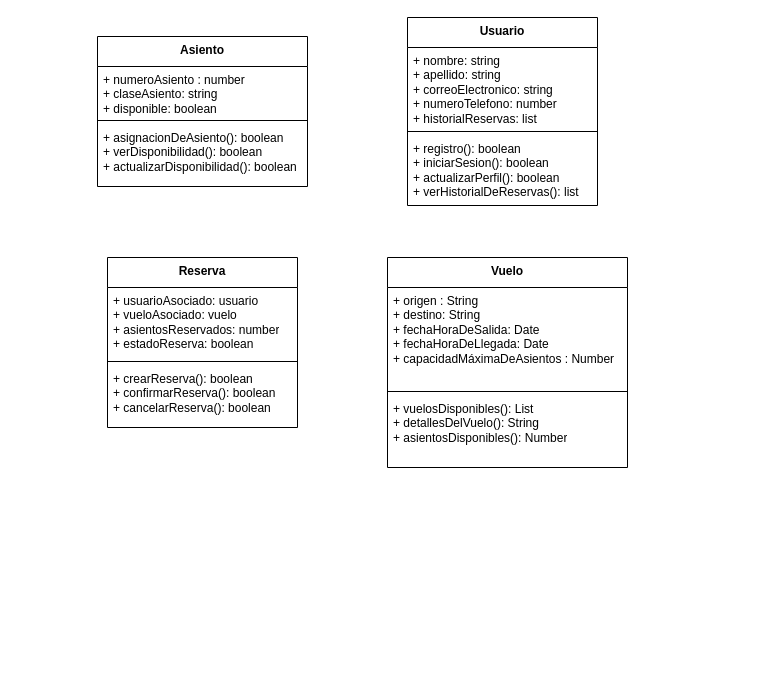
This is Untitled Diagram.drawio from mfigueroa23/mfigueroa23, a draw.io file, before an edit. Source tidied: cells renumbered, new cells numbered last; positions are measured from the earlier drawing's top-left corner, leaving out a move shared by most shapes. Both pictures are drawn from the tidied source at 100%, with x=0, y=0 at pixel (97, 17).
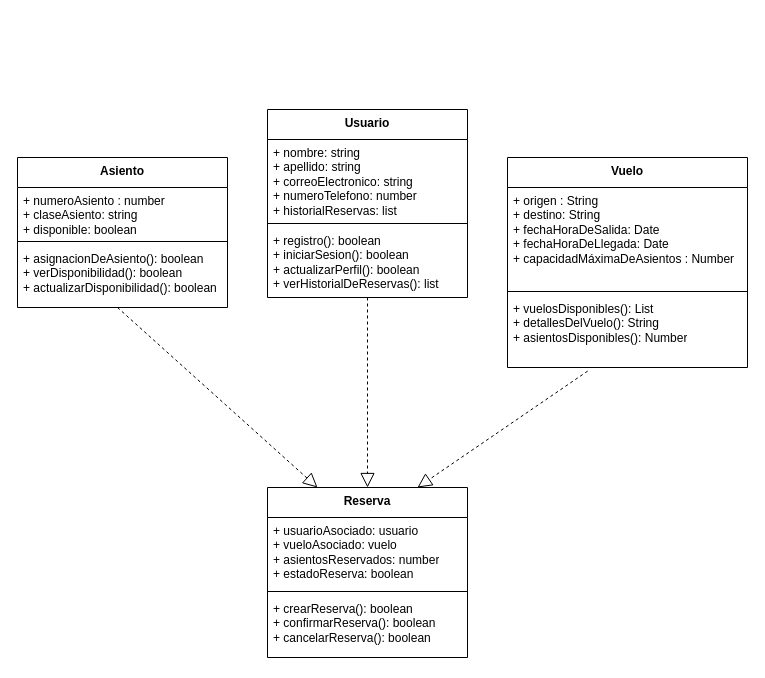
The same page after the edit.

Commit message:
añadiendo relacion

The change refers to these unchanged cells:
```xml
<mxCell id="13" value="+ vuelosDisponibles(): List&lt;div&gt;+ detallesDelVuelo(): String&lt;/div&gt;&lt;div&gt;+ asientosDisponibles(): Number&lt;/div&gt;" style="text;strokeColor=none;fillColor=none;align=left;verticalAlign=top;spacingLeft=4;spacingRight=4;overflow=hidden;points=[[0,0.5],[1,0.5]];portConstraint=eastwest;whiteSpace=wrap;html=1;" parent="10" vertex="1">
  <mxGeometry y="138" width="240" height="72" as="geometry" />
</mxCell>
```

What changed in the source:
```diff
@@
     <mxCell id="2" value="Usuario" style="swimlane;fontStyle=1;align=center;verticalAlign=top;horizontal=1;startSize=30;whiteSpace=wrap;html=1;" parent="1" vertex="1">
-      <mxGeometry x="310" width="190" height="188" as="geometry" />
+      <mxGeometry x="170" y="92" width="200" height="188" as="geometry" />
     </mxCell>
     <mxCell id="3" value="&lt;div&gt;+ nombre: string&lt;/div&gt;&lt;div&gt;+ apellido: string&lt;br&gt;&lt;/div&gt;&lt;div&gt;+ correoElectronico: string&lt;/div&gt;&lt;div&gt;+ numeroTelefono: number&lt;/div&gt;&lt;div&gt;+ historialReservas: list&lt;br&gt;&lt;/div&gt;" style="text;strokeColor=none;fillColor=none;align=left;verticalAlign=top;spacingLeft=4;spacingRight=4;overflow=hidden;whiteSpace=wrap;html=1;" parent="2" vertex="1">
-      <mxGeometry y="30" width="190" height="80" as="geometry" />
+      <mxGeometry y="30" width="200" height="80" as="geometry" />
     </mxCell>
     <mxCell id="4" style="line;strokeWidth=1;fillColor=none;align=left;verticalAlign=middle;spacingTop=-1;spacingLeft=3;spacingRight=3;labelPosition=right;strokeColor=inherit;" parent="2" vertex="1">
-      <mxGeometry y="110" width="190" height="8" as="geometry" />
+      <mxGeometry y="110" width="200" height="8" as="geometry" />
     </mxCell>
     <mxCell id="5" value="&lt;div&gt;+ registro(): boolean&lt;/div&gt;&lt;div&gt;+ iniciarSesion(): boolean&lt;/div&gt;&lt;div&gt;+ actualizarPerfil(): boolean&lt;/div&gt;&lt;div&gt;+ verHistorialDeReservas(): list&lt;br&gt;&lt;/div&gt;" style="text;strokeColor=none;fillColor=none;align=left;verticalAlign=top;spacingLeft=4;spacingRight=4;overflow=hidden;whiteSpace=wrap;html=1;" parent="2" vertex="1">
-      <mxGeometry y="118" width="190" height="70" as="geometry" />
+      <mxGeometry y="118" width="200" height="70" as="geometry" />
     </mxCell>
     <mxCell id="6" value="Asiento" style="swimlane;fontStyle=1;align=center;verticalAlign=top;horizontal=1;startSize=30;whiteSpace=wrap;html=1;" parent="1" vertex="1">
-      <mxGeometry y="19" width="210" height="150" as="geometry" />
+      <mxGeometry x="-80" y="140" width="210" height="150" as="geometry" />
     </mxCell>
@@
     <mxCell id="10" value="Vuelo" style="swimlane;fontStyle=1;align=center;verticalAlign=top;horizontal=1;startSize=30;whiteSpace=wrap;html=1;" parent="1" vertex="1">
-      <mxGeometry x="290" y="240" width="240" height="210" as="geometry" />
+      <mxGeometry x="410" y="140" width="240" height="210" as="geometry" />
     </mxCell>
@@
     <mxCell id="14" value="Reserva" style="swimlane;fontStyle=1;align=center;verticalAlign=top;horizontal=1;startSize=30;whiteSpace=wrap;html=1;" parent="1" vertex="1">
-      <mxGeometry x="10" y="240" width="190" height="170" as="geometry" />
+      <mxGeometry x="170" y="470" width="200" height="170" as="geometry" />
     </mxCell>
     <mxCell id="15" value="&lt;div&gt;+ usuarioAsociado: usuario&lt;br&gt;&lt;/div&gt;&lt;div&gt;+ vueloAsociado: vuelo&lt;br&gt;&lt;/div&gt;&lt;div&gt;+ asientosReservados: number&lt;/div&gt;&lt;div&gt;+ estadoReserva: boolean&lt;br&gt;&lt;/div&gt;" style="text;strokeColor=none;fillColor=none;align=left;verticalAlign=top;spacingLeft=4;spacingRight=4;overflow=hidden;whiteSpace=wrap;html=1;" parent="14" vertex="1">
-      <mxGeometry y="30" width="190" height="70" as="geometry" />
+      <mxGeometry y="30" width="200" height="70" as="geometry" />
     </mxCell>
     <mxCell id="16" style="line;strokeWidth=1;fillColor=none;align=left;verticalAlign=middle;spacingTop=-1;spacingLeft=3;spacingRight=3;labelPosition=right;strokeColor=inherit;" parent="14" vertex="1">
-      <mxGeometry y="100" width="190" height="8" as="geometry" />
+      <mxGeometry y="100" width="200" height="8" as="geometry" />
     </mxCell>
     <mxCell id="17" value="&lt;div&gt;+ crearReserva(): boolean&lt;/div&gt;&lt;div&gt;+ confirmarReserva(): boolean&lt;/div&gt;&lt;div&gt;+ cancelarReserva(): boolean&lt;br&gt;&lt;/div&gt;" style="text;strokeColor=none;fillColor=none;align=left;verticalAlign=top;spacingLeft=4;spacingRight=4;overflow=hidden;whiteSpace=wrap;html=1;" parent="14" vertex="1">
-      <mxGeometry y="108" width="190" height="62" as="geometry" />
+      <mxGeometry y="108" width="200" height="62" as="geometry" />
     </mxCell>
+    <mxCell id="18" style="endArrow=block;dashed=1;endFill=0;endSize=12;html=1;rounded=0;exitX=0.5;exitY=1;exitDx=0;exitDy=0;entryX=0.5;entryY=0;entryDx=0;entryDy=0;" parent="1" edge="1" source="2" target="14">
+      <mxGeometry relative="1" as="geometry" />
+    </mxCell>
+    <mxCell id="19" style="endArrow=block;dashed=1;endFill=0;endSize=12;html=1;rounded=0;exitX=0.5;exitY=1;exitDx=0;exitDy=0;entryX=0.25;entryY=0;entryDx=0;entryDy=0;" parent="1" edge="1" target="14">
+      <mxGeometry relative="1" as="geometry">
+        <mxPoint x="20" y="290" as="sourcePoint" />
+      </mxGeometry>
+    </mxCell>
+    <mxCell id="20" style="endArrow=block;dashed=1;endFill=0;endSize=12;html=1;rounded=0;exitX=0.334;exitY=1.05;exitDx=0;exitDy=0;entryX=0.75;entryY=0;entryDx=0;entryDy=0;exitPerimeter=0;" parent="1" edge="1" source="13" target="14">
+      <mxGeometry relative="1" as="geometry" />
+    </mxCell>
```
